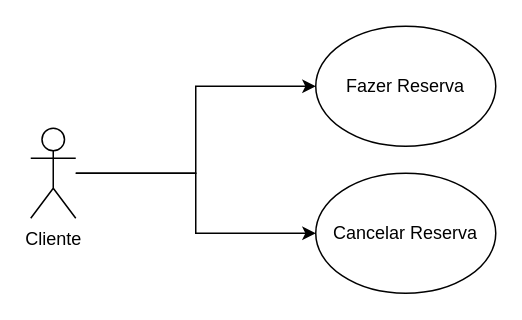
Before: page "01-13/03" (1 of 2) of Diagrama sem nome.drawio in AirlanDEV/diagramasderequisitos, a draw.io diagram. Source tidied: cells renumbered, new cells numbered last; positions are measured from the earlier drawing's top-left corner, leaving out a move shared by most shapes. Both pictures are drawn from the tidied source at 150%, with x=0, y=0 at pixel (30, 26).
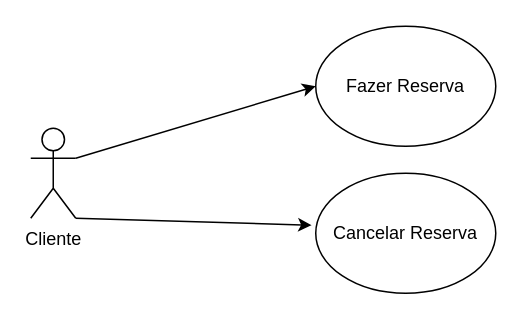
The same diagram, later.

Change to the diagram source:
```diff
@@
 <mxGraphModel>
   <root>
     <mxCell id="0" />
     <mxCell id="1" parent="0" />
-    <mxCell id="2" style="edgeStyle=orthogonalEdgeStyle;rounded=0;jettySize=auto;html=1;entryX=0;entryY=0.5;entryDx=0;entryDy=0;" parent="1" edge="1" source="3" target="5">
-      <mxGeometry relative="1" as="geometry" />
-    </mxCell>
     <mxCell id="3" value="Cliente" style="shape=umlActor;verticalLabelPosition=bottom;verticalAlign=top;html=1;outlineConnect=0;" parent="1" vertex="1">
       <mxGeometry y="68" width="30" height="60" as="geometry" />
     </mxCell>
     <mxCell id="4" value="Fazer Reserva" style="ellipse;whiteSpace=wrap;html=1;" parent="1" vertex="1">
       <mxGeometry x="190" width="120" height="80" as="geometry" />
     </mxCell>
     <mxCell id="5" value="Cancelar Reserva" style="ellipse;whiteSpace=wrap;html=1;" parent="1" vertex="1">
       <mxGeometry x="190" y="98" width="120" height="80" as="geometry" />
     </mxCell>
-    <mxCell id="6" style="edgeStyle=orthogonalEdgeStyle;rounded=0;jettySize=auto;html=1;entryX=0;entryY=0.5;entryDx=0;entryDy=0;" parent="1" edge="1" source="3" target="4">
-      <mxGeometry relative="1" as="geometry" />
-    </mxCell>
+    <mxCell id="7" style="endArrow=classic;html=1;rounded=0;entryX=0;entryY=0.5;entryDx=0;entryDy=0;" parent="1" edge="1" target="4">
+      <mxGeometry relative="1" as="geometry">
+        <mxPoint x="30" y="88" as="sourcePoint" />
+      </mxGeometry>
+    </mxCell>
+    <mxCell id="2" style="endArrow=classic;html=1;rounded=0;exitX=1;exitY=1;exitDx=0;exitDy=0;exitPerimeter=0;entryX=-0.023;entryY=0.433;entryDx=0;entryDy=0;entryPerimeter=0;" parent="1" edge="1" source="3" target="5">
+      <mxGeometry relative="1" as="geometry" />
+    </mxCell>
   </root>
 </mxGraphModel>
```
